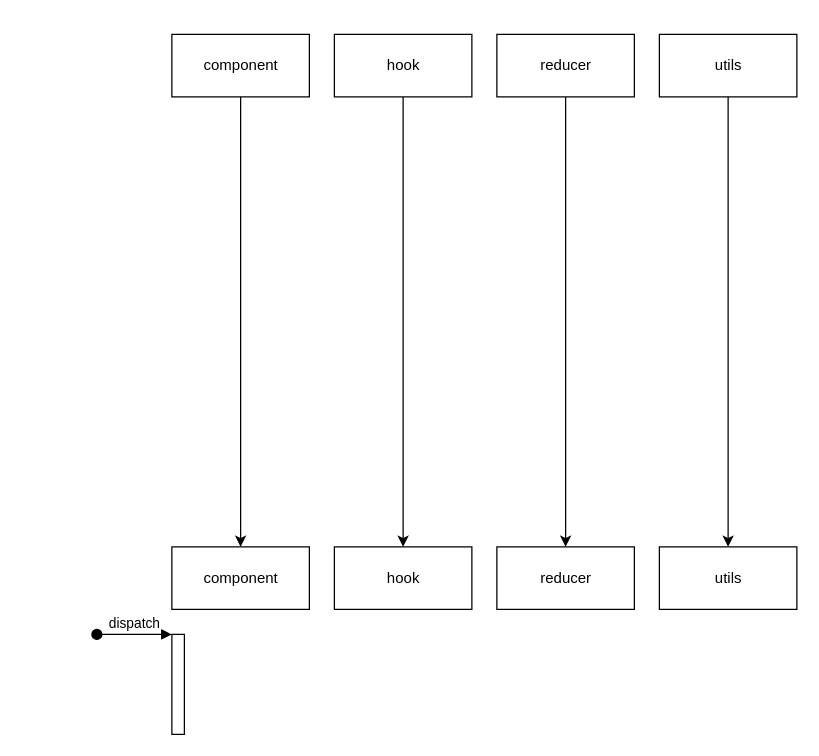
Above: doc/template.drawio in Greek-Academy/team-2 (draw.io), before the change. Source tidied: cells renumbered, new cells numbered last; positions are measured from the earlier drawing's top-left corner, leaving out a move shared by most shapes. Both pictures are drawn from the tidied source at 125%, with x=0, y=0 at pixel (96, 34).
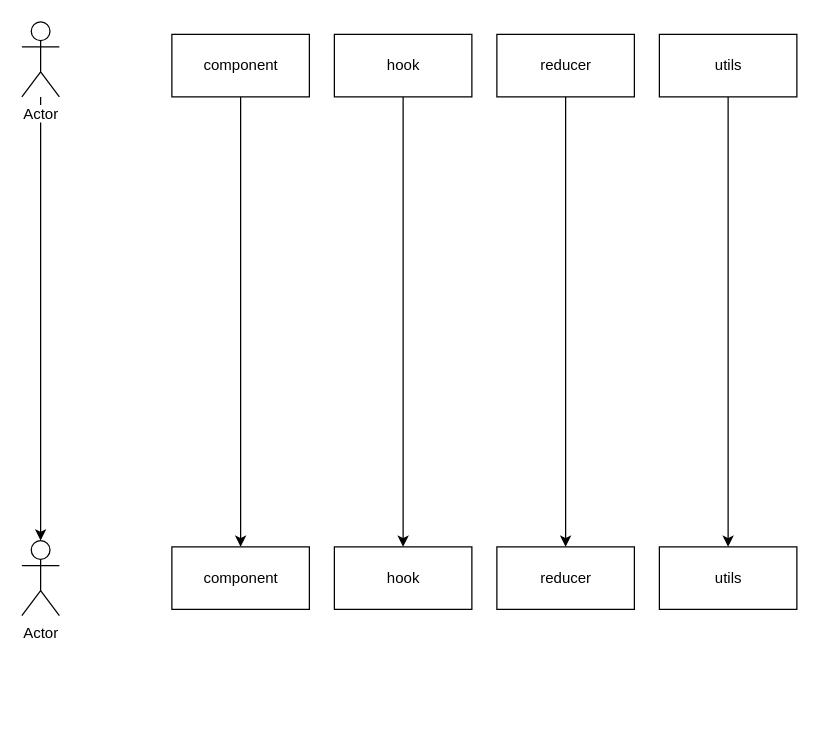
The same diagram, later.

Change to the diagram source:
```diff
@@
 <mxGraphModel>
   <root>
     <mxCell id="0" />
     <mxCell id="1" parent="0" />
     <mxCell id="2" style="edgeStyle=orthogonalEdgeStyle;rounded=0;jettySize=auto;html=1;" parent="1" edge="1" source="3" target="4">
       <mxGeometry relative="1" as="geometry" />
     </mxCell>
     <mxCell id="3" value="component" style="html=1;" parent="1" vertex="1">
       <mxGeometry x="60" width="110" height="50" as="geometry" />
     </mxCell>
     <mxCell id="4" value="component" style="html=1;" parent="1" vertex="1">
       <mxGeometry x="60" y="410" width="110" height="50" as="geometry" />
     </mxCell>
     <mxCell id="5" style="edgeStyle=orthogonalEdgeStyle;rounded=0;jettySize=auto;html=1;" parent="1" edge="1" source="6" target="7">
       <mxGeometry relative="1" as="geometry" />
     </mxCell>
     <mxCell id="6" value="hook" style="html=1;" parent="1" vertex="1">
       <mxGeometry x="190" width="110" height="50" as="geometry" />
     </mxCell>
     <mxCell id="7" value="hook" style="html=1;" parent="1" vertex="1">
       <mxGeometry x="190" y="410" width="110" height="50" as="geometry" />
     </mxCell>
     <mxCell id="8" style="edgeStyle=orthogonalEdgeStyle;rounded=0;jettySize=auto;html=1;" parent="1" edge="1" source="9" target="10">
       <mxGeometry relative="1" as="geometry" />
     </mxCell>
     <mxCell id="9" value="reducer" style="html=1;" parent="1" vertex="1">
       <mxGeometry x="320" width="110" height="50" as="geometry" />
     </mxCell>
     <mxCell id="10" value="reducer" style="html=1;" parent="1" vertex="1">
       <mxGeometry x="320" y="410" width="110" height="50" as="geometry" />
     </mxCell>
     <mxCell id="11" style="edgeStyle=orthogonalEdgeStyle;rounded=0;jettySize=auto;html=1;" parent="1" edge="1" source="12" target="13">
       <mxGeometry relative="1" as="geometry" />
     </mxCell>
     <mxCell id="12" value="utils" style="html=1;" parent="1" vertex="1">
       <mxGeometry x="450" width="110" height="50" as="geometry" />
     </mxCell>
     <mxCell id="13" value="utils" style="html=1;" parent="1" vertex="1">
       <mxGeometry x="450" y="410" width="110" height="50" as="geometry" />
     </mxCell>
-    <mxCell id="14" style="html=1;points=[];perimeter=orthogonalPerimeter;" parent="1" vertex="1">
-      <mxGeometry x="60" y="480" width="10" height="80" as="geometry" />
-    </mxCell>
+    <mxCell id="16" style="edgeStyle=orthogonalEdgeStyle;rounded=0;jettySize=auto;html=1;" parent="1" edge="1" source="15" target="17">
+      <mxGeometry relative="1" as="geometry" />
+    </mxCell>
-    <mxCell id="15" value="dispatch" style="html=1;verticalAlign=bottom;startArrow=oval;endArrow=block;startSize=8;" parent="1" edge="1" target="14">
-      <mxGeometry relative="1" as="geometry">
-        <mxPoint y="480" as="sourcePoint" />
-      </mxGeometry>
+    <mxCell id="15" value="Actor" style="shape=umlActor;verticalLabelPosition=bottom;labelBackgroundColor=#ffffff;verticalAlign=top;html=1;outlineConnect=0;" parent="1" vertex="1">
+      <mxGeometry x="-60" y="-10" width="30" height="60" as="geometry" />
     </mxCell>
+    <mxCell id="17" value="Actor" style="shape=umlActor;verticalLabelPosition=bottom;labelBackgroundColor=#ffffff;verticalAlign=top;html=1;outlineConnect=0;" parent="1" vertex="1">
+      <mxGeometry x="-60" y="405" width="30" height="60" as="geometry" />
+    </mxCell>
   </root>
 </mxGraphModel>
```
